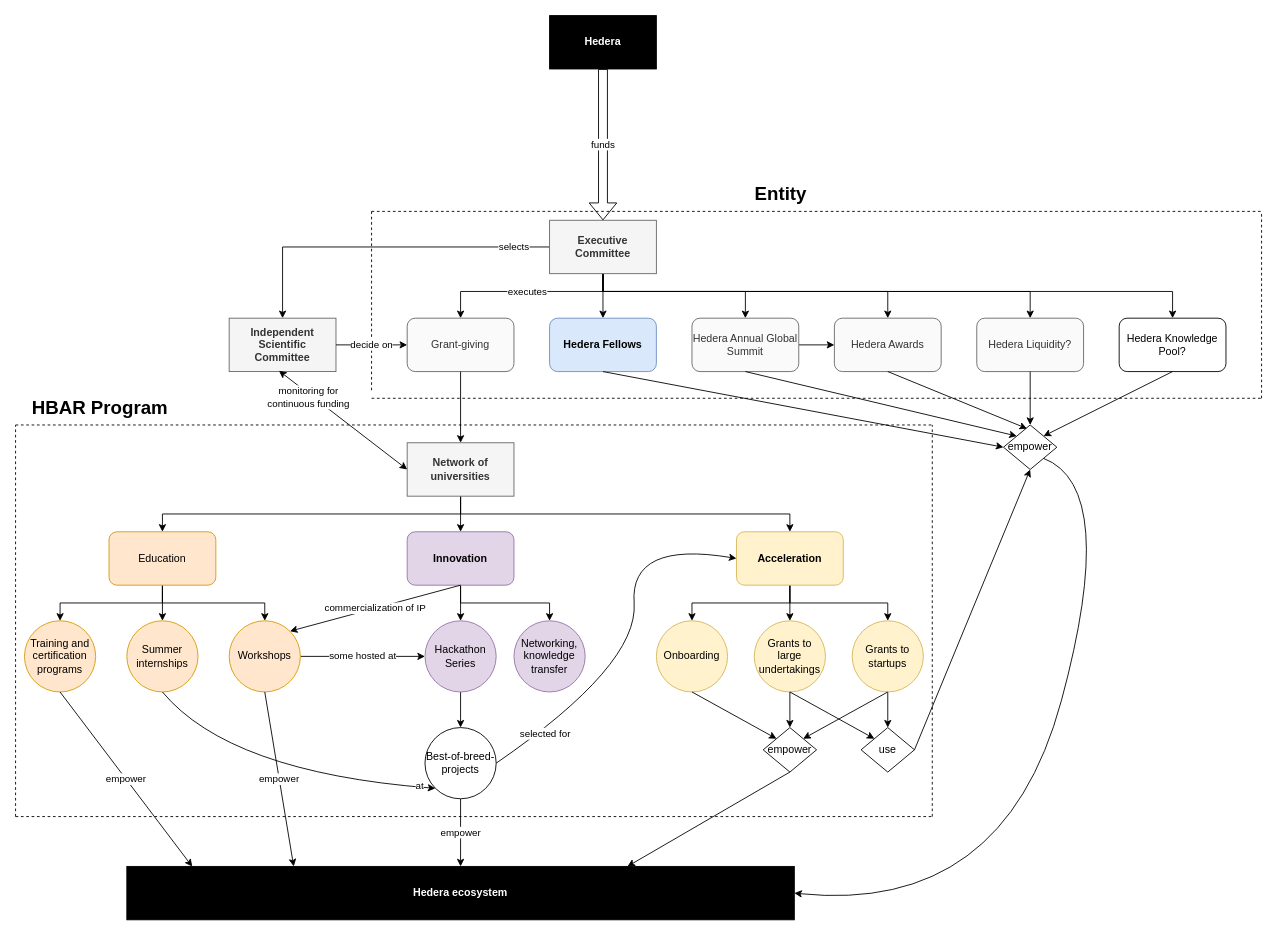
Before: RFP.drawio in juan22xT/TEA, a draw.io diagram. Source tidied: cells renumbered, new cells numbered last; positions are measured from the earlier drawing's top-left corner, leaving out a move shared by most shapes. Both pictures are drawn from the tidied source at 89%, with x=0, y=0 at pixel (15, 15).
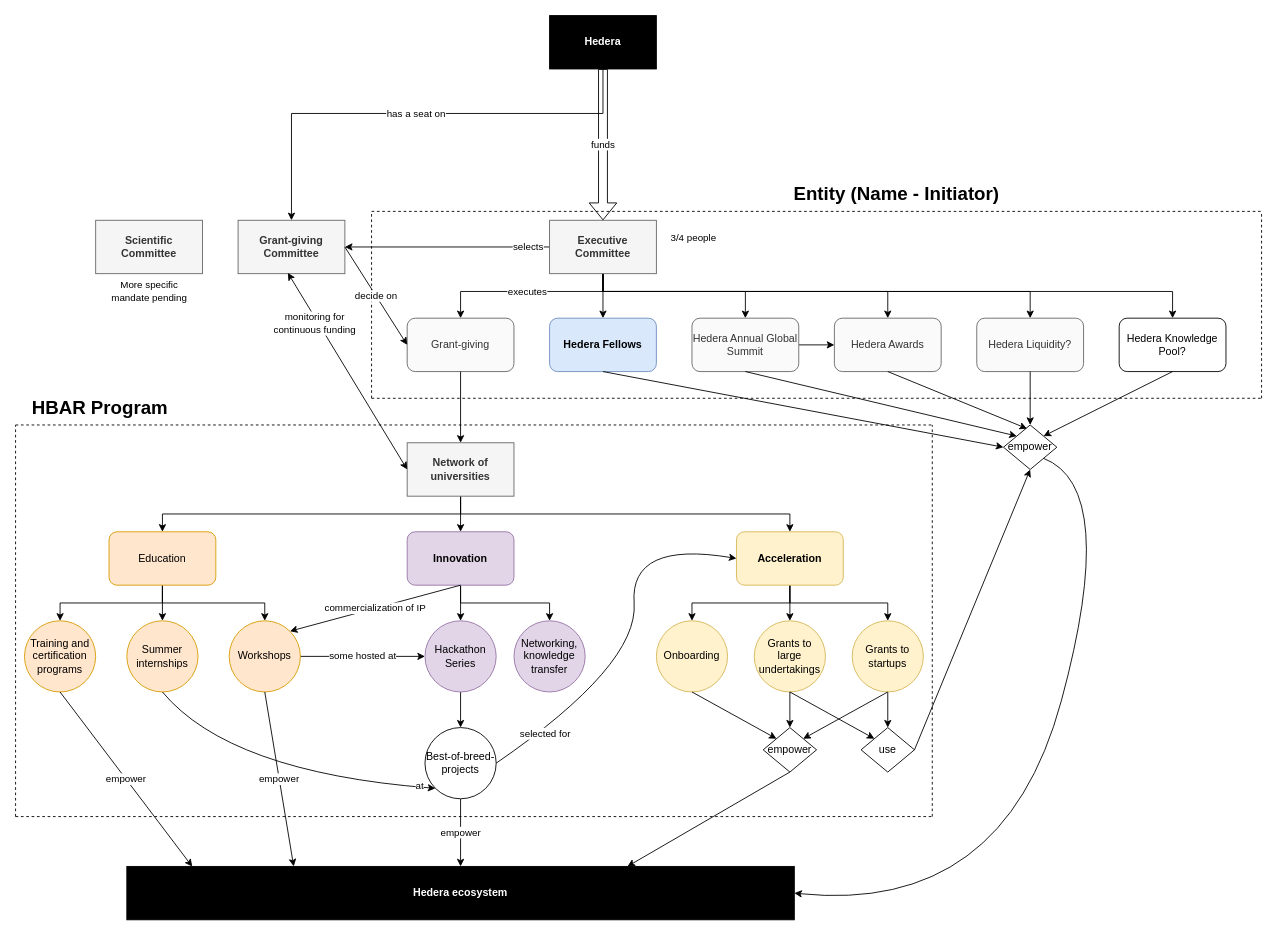
After the change.

The change refers to these unchanged cells:
```xml
<mxCell id="16" value="Hedera" style="rounded=0;whiteSpace=wrap;html=1;fillColor=#000000;fontColor=#FFFFFF;fontStyle=1;" parent="1" vertex="1">
  <mxGeometry x="600" width="120" height="60" as="geometry" />
</mxCell>
```

What changed in the source:
```diff
@@
     <mxCell id="14" style="endArrow=none;dashed=1;html=1;" parent="1" edge="1">
       <mxGeometry relative="1" as="geometry">
-        <mxPoint x="400" y="421" as="sourcePoint" />
+        <mxPoint x="400" y="430" as="sourcePoint" />
         <mxPoint x="400" y="220" as="targetPoint" />
       </mxGeometry>
     </mxCell>
-    <mxCell id="15" value="Independent Scientific Committee" style="rounded=0;whiteSpace=wrap;html=1;fillColor=#f5f5f5;strokeColor=#666666;fontColor=#333333;fontStyle=1;" parent="1" vertex="1">
-      <mxGeometry x="240" y="340" width="120" height="60" as="geometry" />
+    <mxCell id="15" value="Grant-giving Committee" style="rounded=0;whiteSpace=wrap;html=1;fillColor=#f5f5f5;strokeColor=#666666;fontColor=#333333;fontStyle=1;" parent="1" vertex="1">
+      <mxGeometry x="250" y="230" width="120" height="60" as="geometry" />
     </mxCell>
+    <mxCell id="82" value="has a seat on" style="edgeStyle=orthogonalEdgeStyle;rounded=0;jettySize=auto;html=1;fontSize=11;" parent="1" edge="1" source="16">
+      <mxGeometry relative="1" as="geometry">
+        <mxPoint x="310" y="230" as="targetPoint" />
+        <Array as="points">
+          <mxPoint x="660" y="110" />
+          <mxPoint x="310" y="110" />
+          <mxPoint x="310" y="230" />
+        </Array>
+      </mxGeometry>
+    </mxCell>
@@
-    <mxCell id="28" value="&lt;b style=&quot;font-size: 21px;&quot;&gt;Entity&lt;/b&gt;" style="text;html=1;strokeColor=none;fillColor=none;align=center;verticalAlign=middle;whiteSpace=wrap;rounded=0;fontSize=21;" parent="1" vertex="1">
-      <mxGeometry x="840" y="190" width="40" height="20" as="geometry" />
+    <mxCell id="28" value="&lt;b style=&quot;font-size: 21px&quot;&gt;Entity (Name - Initiator)&lt;/b&gt;" style="text;html=1;strokeColor=none;fillColor=none;align=center;verticalAlign=middle;whiteSpace=wrap;rounded=0;fontSize=21;" parent="1" vertex="1">
+      <mxGeometry x="840" y="190" width="300" height="20" as="geometry" />
     </mxCell>
@@
+    <mxCell id="83" value="Scientific Committee" style="rounded=0;whiteSpace=wrap;html=1;fillColor=#f5f5f5;strokeColor=#666666;fontColor=#333333;fontStyle=1;" parent="1" vertex="1">
+      <mxGeometry x="90" y="230" width="120" height="60" as="geometry" />
+    </mxCell>
+    <mxCell id="84" value="More specific mandate pending" style="text;html=1;strokeColor=none;fillColor=none;align=center;verticalAlign=middle;whiteSpace=wrap;rounded=0;fontSize=11;fontColor=#000000;" parent="1" vertex="1">
+      <mxGeometry x="102.5" y="300" width="95" height="20" as="geometry" />
+    </mxCell>
+    <mxCell id="85" value="3/4 people" style="text;html=1;strokeColor=none;fillColor=none;align=center;verticalAlign=middle;whiteSpace=wrap;rounded=0;fontSize=11;fontColor=#000000;" parent="1" vertex="1">
+      <mxGeometry x="734" y="240" width="56" height="20" as="geometry" />
+    </mxCell>
```
